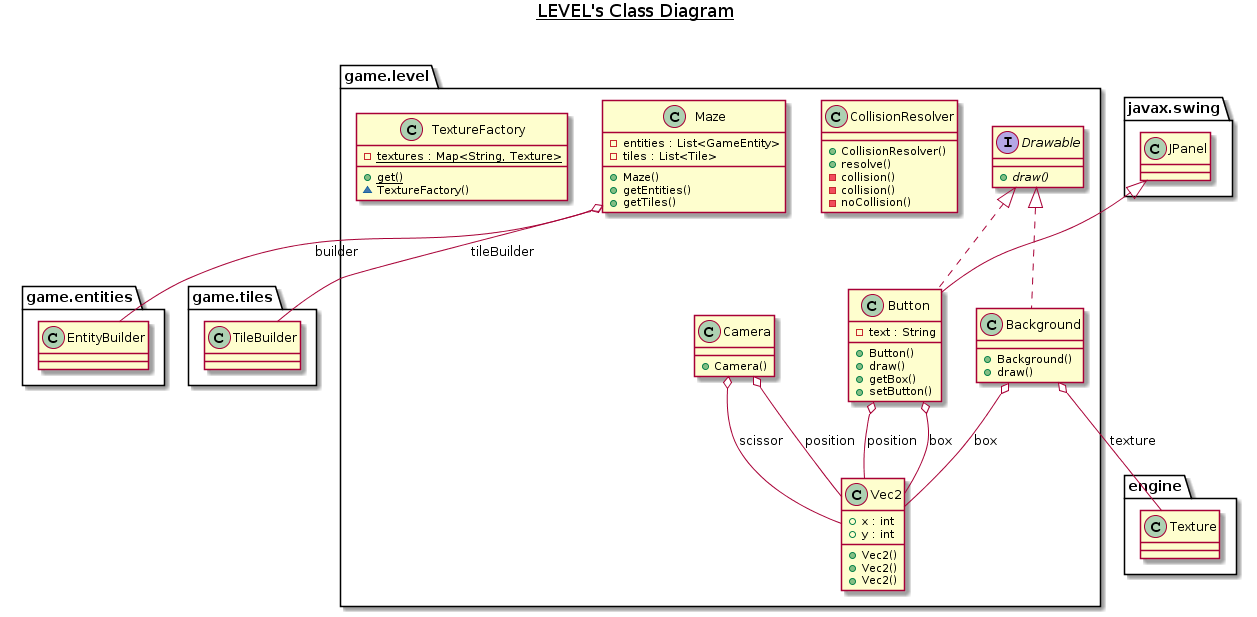
Before: specs/game_level_package_class_diagram.png, a diagram exported from PlantUML (Bert54/ACL_2019_TP11_GROUPE3). Its diagram source:
```plantuml
@startuml
title __LEVEL's Class Diagram__\n

  namespace game.level {
    class game.level.Background {
        + Background()
        + draw()
    }
  }


  namespace game.level {
    class game.level.Button {
        - text : String
        + Button()
        + draw()
        + getBox()
        + setButton()
    }
  }


  namespace game.level {
    class game.level.Camera {
        + Camera()
    }
  }


  namespace game.level {
    class game.level.CollisionResolver {
        + CollisionResolver()
        + resolve()
        - collision()
        - collision()
        - noCollision()
    }
  }


  namespace game.level {
    interface game.level.Drawable {
        {abstract} + draw()
    }
  }


  namespace game.level {
    class game.level.Maze {
        - entities : List<GameEntity>
        - tiles : List<Tile>
        + Maze()
        + getEntities()
        + getTiles()
    }
  }


  namespace game.level {
    class game.level.TextureFactory {
        {static} - textures : Map<String, Texture>
        {static} + get()
        ~ TextureFactory()
    }
  }


  namespace game.level {
    class game.level.Vec2 {
        + x : int
        + y : int
        + Vec2()
        + Vec2()
        + Vec2()
    }
  }


  game.level.Background .up.|> game.level.Drawable
  game.level.Background o-- game.level.Vec2 : box
  game.level.Background o-- engine.Texture : texture
  game.level.Button .up.|> game.level.Drawable
  game.level.Button -up-|> javax.swing.JPanel
  game.level.Button o-- game.level.Vec2 : box
  game.level.Button o-- game.level.Vec2 : position
  game.level.Camera o-- game.level.Vec2 : position
  game.level.Camera o-- game.level.Vec2 : scissor
  game.level.Maze o-- game.entities.EntityBuilder : builder
  game.level.Maze o-- game.tiles.TileBuilder : tileBuilder
@enduml
```
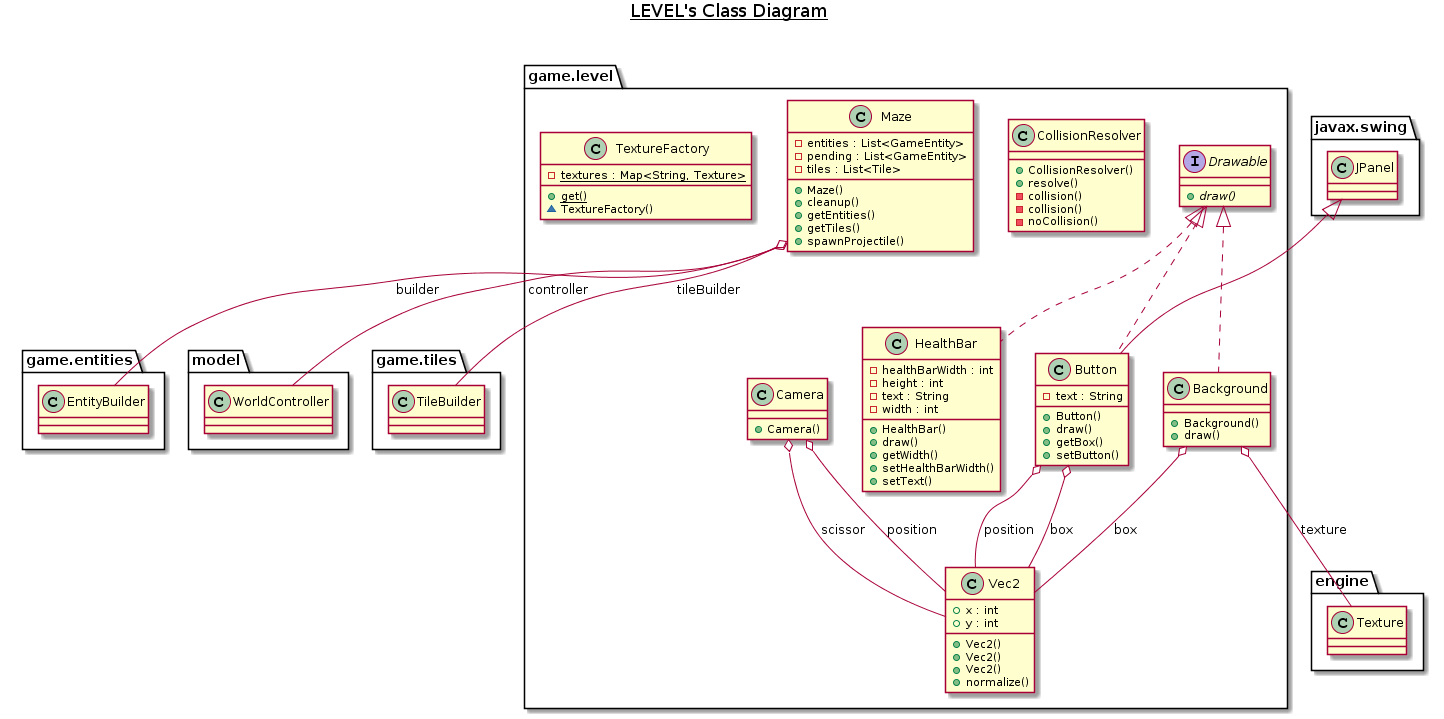
The same diagram one commit later.

Commit message:
class diagrams puml

The edit, as a diff of the source:
```diff
@@ -46,12 +46,30 @@
 
 
   namespace game.level {
+    class game.level.HealthBar {
+        - healthBarWidth : int
+        - height : int
+        - text : String
+        - width : int
+        + HealthBar()
+        + draw()
+        + getWidth()
+        + setHealthBarWidth()
+        + setText()
+    }
+  }
+
+
+  namespace game.level {
     class game.level.Maze {
         - entities : List<GameEntity>
+        - pending : List<GameEntity>
         - tiles : List<Tile>
         + Maze()
+        + cleanup()
         + getEntities()
         + getTiles()
+        + spawnProjectile()
     }
   }
 
@@ -72,6 +90,7 @@
         + Vec2()
         + Vec2()
         + Vec2()
+        + normalize()
     }
   }
 
@@ -85,6 +104,8 @@
   game.level.Button o-- game.level.Vec2 : position
   game.level.Camera o-- game.level.Vec2 : position
   game.level.Camera o-- game.level.Vec2 : scissor
+  game.level.HealthBar .up.|> game.level.Drawable
   game.level.Maze o-- game.entities.EntityBuilder : builder
+  game.level.Maze o-- model.WorldController : controller
   game.level.Maze o-- game.tiles.TileBuilder : tileBuilder
 @enduml
```
